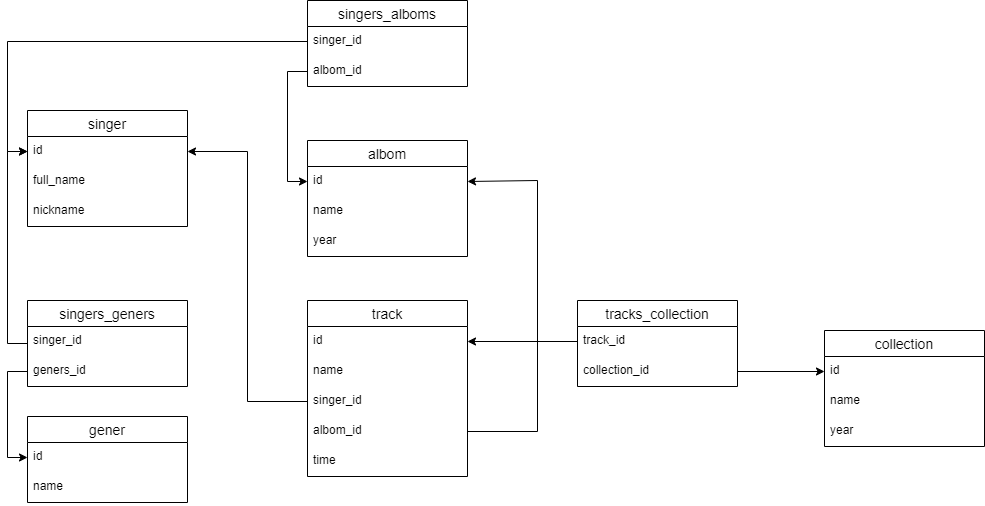
Before: Схема.png, a diagram exported from draw.io (Garbuzenko/homework_db2). Source tidied: cells renumbered, new cells last; positions are measured from the earlier drawing's top-left corner, leaving out a move shared by most shapes.
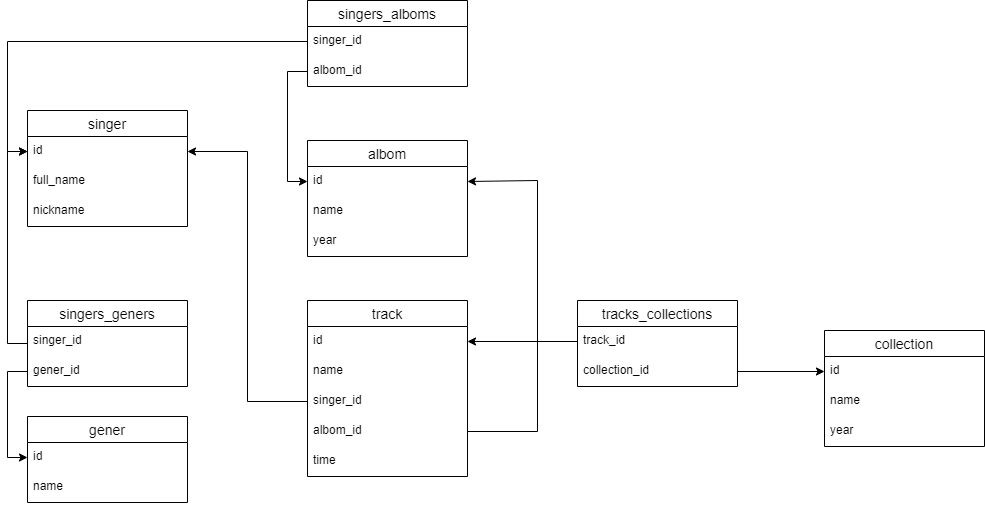
Above is the later version.

Diff of the diagram source:
```diff
@@ -76,7 +76,7 @@
     <mxCell id="24" value="year" style="text;strokeColor=none;fillColor=none;spacingLeft=4;spacingRight=4;overflow=hidden;fontSize=12;" parent="21" vertex="1">
       <mxGeometry y="86" width="160" height="30" as="geometry" />
     </mxCell>
-    <mxCell id="25" value="tracks_collection" style="swimlane;fontStyle=0;horizontal=1;startSize=26;align=center;fontSize=14;" parent="1" vertex="1">
+    <mxCell id="25" value="tracks_collections" style="swimlane;fontStyle=0;horizontal=1;startSize=26;align=center;fontSize=14;" parent="1" vertex="1">
       <mxGeometry x="570" y="300" width="160" height="86" as="geometry" />
     </mxCell>
     <mxCell id="26" value="track_id" style="text;strokeColor=none;fillColor=none;spacingLeft=4;spacingRight=4;overflow=hidden;points=[[0,0.5],[1,0.5]];portConstraint=eastwest;fontSize=12;" parent="25" vertex="1">
@@ -105,7 +105,7 @@
     <mxCell id="32" value="singer_id" style="text;strokeColor=none;fillColor=none;spacingLeft=4;spacingRight=4;overflow=hidden;fontSize=12;" parent="31" vertex="1">
       <mxGeometry y="26" width="160" height="30" as="geometry" />
     </mxCell>
-    <mxCell id="33" value="geners_id" style="text;strokeColor=none;fillColor=none;spacingLeft=4;spacingRight=4;overflow=hidden;points=[[0,0.5],[1,0.5]];portConstraint=eastwest;fontSize=12;" parent="31" vertex="1">
+    <mxCell id="33" value="gener_id" style="text;strokeColor=none;fillColor=none;spacingLeft=4;spacingRight=4;overflow=hidden;points=[[0,0.5],[1,0.5]];portConstraint=eastwest;fontSize=12;" parent="31" vertex="1">
       <mxGeometry y="56" width="160" height="30" as="geometry" />
     </mxCell>
     <mxCell id="34" style="edgeStyle=orthogonalEdgeStyle;rounded=0;jettySize=auto;html=1;exitX=0;exitY=0.5;exitDx=0;exitDy=0;entryX=0;entryY=0.5;entryDx=0;entryDy=0;" parent="1" edge="1" source="33" target="19">
```
